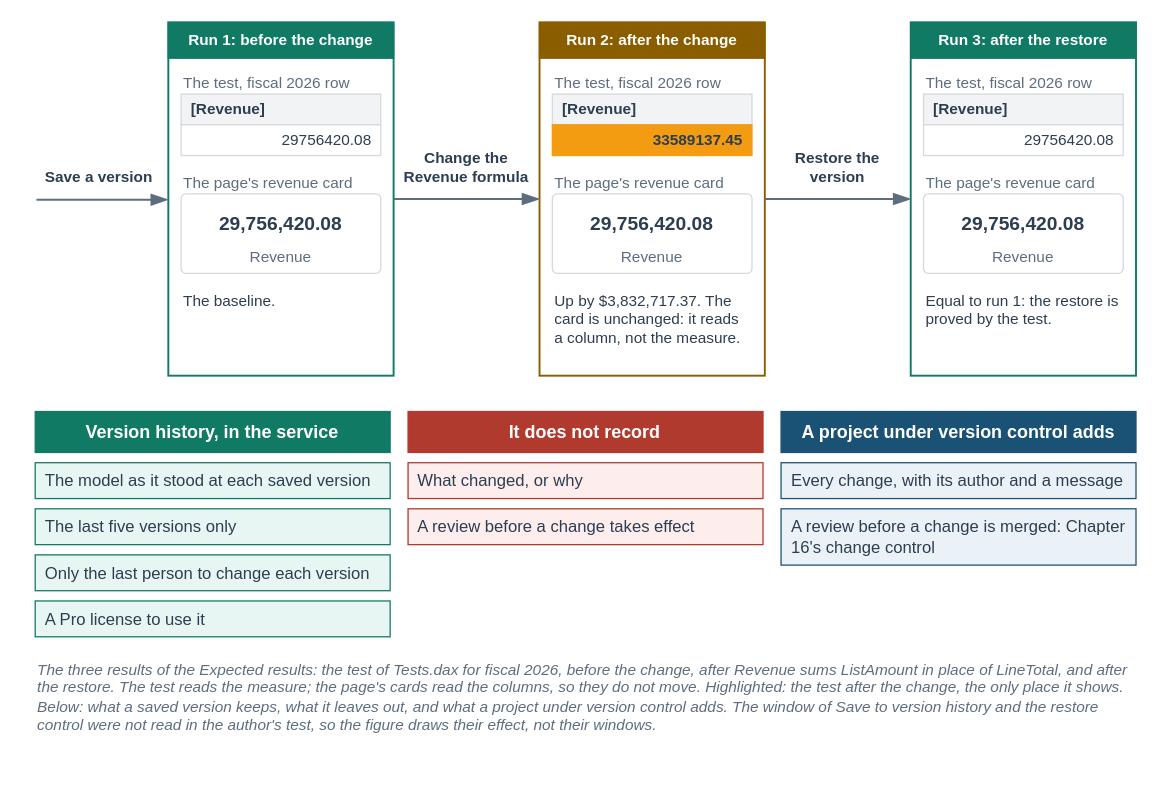
Before: facts/instructor/figures/appendix-c-power-bi-browser/IF-AC-3-A.drawio in mmcodesso/Accounting_Analytics_Book, a draw.io diagram. Source tidied: cells renumbered, new cells numbered last; positions are measured from the earlier drawing's top-left corner, leaving out a move shared by most shapes. Both pictures are drawn from the tidied source at 128%, with x=0, y=0 at pixel (35, 22).
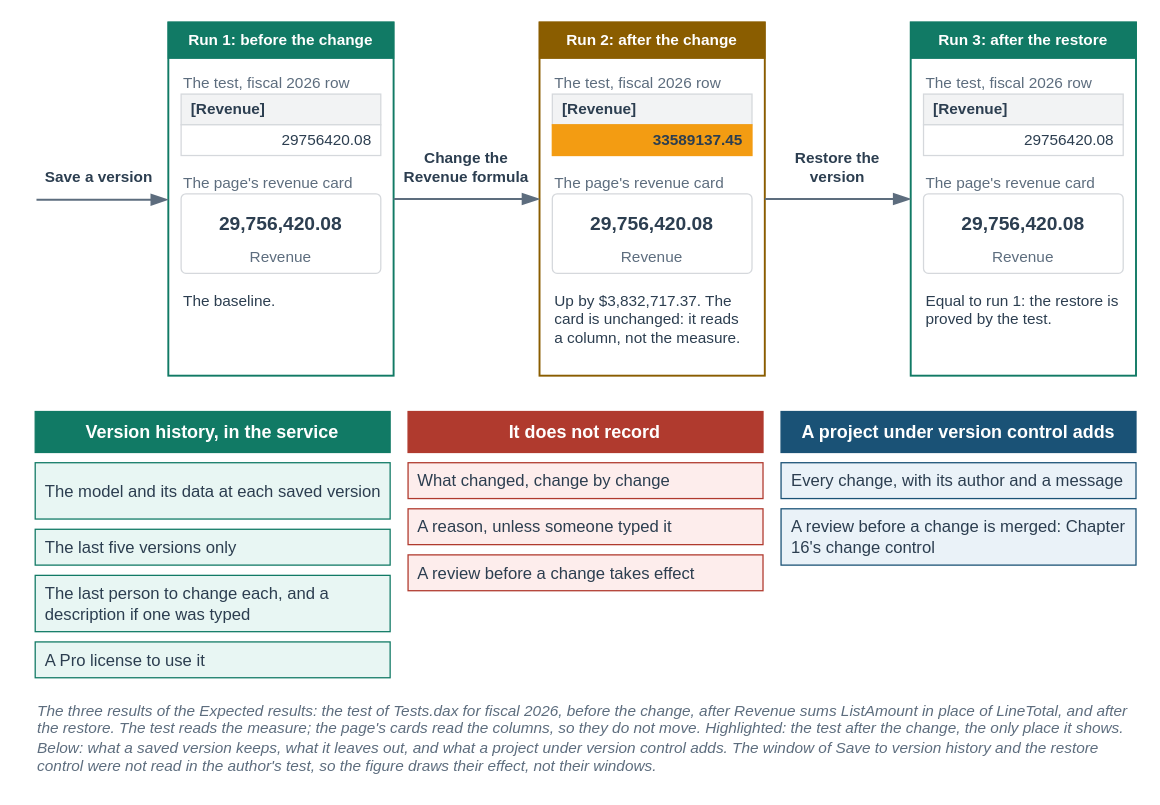
The same page after the edit.

Change to the diagram source:
```diff
@@
     <mxCell id="2" style="rounded=0;html=1;fillColor=none;strokeColor=none;" parent="1" vertex="1">
-      <mxGeometry width="860" height="562" as="geometry" />
+      <mxGeometry width="860" height="594" as="geometry" />
     </mxCell>
@@
-    <mxCell id="42" value="The model as it stood at each saved version" style="rounded=0;arcSize=6;whiteSpace=wrap;html=1;fillColor=#E8F6F3;strokeColor=#117A65;strokeWidth=1;fontColor=#2C3E50;fontSize=13;fontStyle=0;align=left;verticalAlign=middle;fontFamily=Helvetica;spacingLeft=6;spacingRight=6;" parent="1" vertex="1">
-      <mxGeometry y="344" width="277.3" height="28" as="geometry" />
+    <mxCell id="42" value="The model and its data at each saved version" style="rounded=0;arcSize=6;whiteSpace=wrap;html=1;fillColor=#E8F6F3;strokeColor=#117A65;strokeWidth=1;fontColor=#2C3E50;fontSize=13;fontStyle=0;align=left;verticalAlign=middle;fontFamily=Helvetica;spacingLeft=6;spacingRight=6;" parent="1" vertex="1">
+      <mxGeometry y="344" width="277.3" height="44" as="geometry" />
     </mxCell>
     <mxCell id="43" value="The last five versions only" style="rounded=0;arcSize=6;whiteSpace=wrap;html=1;fillColor=#E8F6F3;strokeColor=#117A65;strokeWidth=1;fontColor=#2C3E50;fontSize=13;fontStyle=0;align=left;verticalAlign=middle;fontFamily=Helvetica;spacingLeft=6;spacingRight=6;" parent="1" vertex="1">
-      <mxGeometry y="380" width="277.3" height="28" as="geometry" />
+      <mxGeometry y="396" width="277.3" height="28" as="geometry" />
     </mxCell>
-    <mxCell id="44" value="Only the last person to change each version" style="rounded=0;arcSize=6;whiteSpace=wrap;html=1;fillColor=#E8F6F3;strokeColor=#117A65;strokeWidth=1;fontColor=#2C3E50;fontSize=13;fontStyle=0;align=left;verticalAlign=middle;fontFamily=Helvetica;spacingLeft=6;spacingRight=6;" parent="1" vertex="1">
-      <mxGeometry y="416" width="277.3" height="28" as="geometry" />
+    <mxCell id="44" value="The last person to change each, and a description if one was typed" style="rounded=0;arcSize=6;whiteSpace=wrap;html=1;fillColor=#E8F6F3;strokeColor=#117A65;strokeWidth=1;fontColor=#2C3E50;fontSize=13;fontStyle=0;align=left;verticalAlign=middle;fontFamily=Helvetica;spacingLeft=6;spacingRight=6;" parent="1" vertex="1">
+      <mxGeometry y="432" width="277.3" height="44" as="geometry" />
     </mxCell>
     <mxCell id="45" value="A Pro license to use it" style="rounded=0;arcSize=6;whiteSpace=wrap;html=1;fillColor=#E8F6F3;strokeColor=#117A65;strokeWidth=1;fontColor=#2C3E50;fontSize=13;fontStyle=0;align=left;verticalAlign=middle;fontFamily=Helvetica;spacingLeft=6;spacingRight=6;" parent="1" vertex="1">
-      <mxGeometry y="452" width="277.3" height="28" as="geometry" />
+      <mxGeometry y="484" width="277.3" height="28" as="geometry" />
     </mxCell>
@@
-    <mxCell id="47" value="What changed, or why" style="rounded=0;arcSize=6;whiteSpace=wrap;html=1;fillColor=#FDEDEC;strokeColor=#B03A2E;strokeWidth=1;fontColor=#2C3E50;fontSize=13;fontStyle=0;align=left;verticalAlign=middle;fontFamily=Helvetica;spacingLeft=6;spacingRight=6;" parent="1" vertex="1">
+    <mxCell id="47" value="What changed, change by change" style="rounded=0;arcSize=6;whiteSpace=wrap;html=1;fillColor=#FDEDEC;strokeColor=#B03A2E;strokeWidth=1;fontColor=#2C3E50;fontSize=13;fontStyle=0;align=left;verticalAlign=middle;fontFamily=Helvetica;spacingLeft=6;spacingRight=6;" parent="1" vertex="1">
       <mxGeometry x="291.3" y="344" width="277.3" height="28" as="geometry" />
     </mxCell>
-    <mxCell id="48" value="A review before a change takes effect" style="rounded=0;arcSize=6;whiteSpace=wrap;html=1;fillColor=#FDEDEC;strokeColor=#B03A2E;strokeWidth=1;fontColor=#2C3E50;fontSize=13;fontStyle=0;align=left;verticalAlign=middle;fontFamily=Helvetica;spacingLeft=6;spacingRight=6;" parent="1" vertex="1">
+    <mxCell id="48" value="A reason, unless someone typed it" style="rounded=0;arcSize=6;whiteSpace=wrap;html=1;fillColor=#FDEDEC;strokeColor=#B03A2E;strokeWidth=1;fontColor=#2C3E50;fontSize=13;fontStyle=0;align=left;verticalAlign=middle;fontFamily=Helvetica;spacingLeft=6;spacingRight=6;" parent="1" vertex="1">
       <mxGeometry x="291.3" y="380" width="277.3" height="28" as="geometry" />
     </mxCell>
-    <mxCell id="49" value="&lt;b&gt;A project under version control adds&lt;/b&gt;" style="rounded=0;arcSize=6;whiteSpace=wrap;html=1;fillColor=#1A5276;strokeColor=#1A5276;strokeWidth=1;fontColor=#FFFFFF;fontSize=14;fontStyle=0;align=center;verticalAlign=middle;fontFamily=Helvetica;spacingLeft=6;spacingRight=6;" parent="1" vertex="1">
-      <mxGeometry x="582.7" y="304" width="277.3" height="32" as="geometry" />
+    <mxCell id="49" value="A review before a change takes effect" style="rounded=0;arcSize=6;whiteSpace=wrap;html=1;fillColor=#FDEDEC;strokeColor=#B03A2E;strokeWidth=1;fontColor=#2C3E50;fontSize=13;fontStyle=0;align=left;verticalAlign=middle;fontFamily=Helvetica;spacingLeft=6;spacingRight=6;" parent="1" vertex="1">
+      <mxGeometry x="291.3" y="416" width="277.3" height="28" as="geometry" />
     </mxCell>
-    <mxCell id="50" value="Every change, with its author and a message" style="rounded=0;arcSize=6;whiteSpace=wrap;html=1;fillColor=#EAF2F8;strokeColor=#1A5276;strokeWidth=1;fontColor=#2C3E50;fontSize=13;fontStyle=0;align=left;verticalAlign=middle;fontFamily=Helvetica;spacingLeft=6;spacingRight=6;" parent="1" vertex="1">
-      <mxGeometry x="582.7" y="344" width="277.3" height="28" as="geometry" />
+    <mxCell id="50" value="&lt;b&gt;A project under version control adds&lt;/b&gt;" style="rounded=0;arcSize=6;whiteSpace=wrap;html=1;fillColor=#1A5276;strokeColor=#1A5276;strokeWidth=1;fontColor=#FFFFFF;fontSize=14;fontStyle=0;align=center;verticalAlign=middle;fontFamily=Helvetica;spacingLeft=6;spacingRight=6;" parent="1" vertex="1">
+      <mxGeometry x="582.7" y="304" width="277.3" height="32" as="geometry" />
     </mxCell>
-    <mxCell id="51" value="A review before a change is merged: Chapter 16's change control" style="rounded=0;arcSize=6;whiteSpace=wrap;html=1;fillColor=#EAF2F8;strokeColor=#1A5276;strokeWidth=1;fontColor=#2C3E50;fontSize=13;fontStyle=0;align=left;verticalAlign=middle;fontFamily=Helvetica;spacingLeft=6;spacingRight=6;" parent="1" vertex="1">
-      <mxGeometry x="582.7" y="380" width="277.3" height="44" as="geometry" />
+    <mxCell id="51" value="Every change, with its author and a message" style="rounded=0;arcSize=6;whiteSpace=wrap;html=1;fillColor=#EAF2F8;strokeColor=#1A5276;strokeWidth=1;fontColor=#2C3E50;fontSize=13;fontStyle=0;align=left;verticalAlign=middle;fontFamily=Helvetica;spacingLeft=6;spacingRight=6;" parent="1" vertex="1">
+      <mxGeometry x="582.7" y="344" width="277.3" height="28" as="geometry" />
     </mxCell>
-    <mxCell id="52" value="&lt;i&gt;The three results of the Expected results: the test of Tests.dax for fiscal 2026, before the change, after Revenue sums ListAmount in place of LineTotal, and after the restore. The test reads the measure; the page's cards read the columns, so they do not move. Highlighted: the test after the change, the only place it shows. Below: what a saved version keeps, what it leaves out, and what a project under version control adds. The window of Save to version history and the restore control were not read in the author's test, so the figure draws their effect, not their windows.&lt;/i&gt;" style="text;html=1;whiteSpace=wrap;align=left;verticalAlign=top;fontSize=12;fontColor=#5D6D7E;fontStyle=0;fontFamily=Helvetica;spacing=2;fillColor=none;strokeColor=none;" parent="1" vertex="1">
-      <mxGeometry y="492" width="860" height="68" as="geometry" />
+    <mxCell id="52" value="A review before a change is merged: Chapter 16's change control" style="rounded=0;arcSize=6;whiteSpace=wrap;html=1;fillColor=#EAF2F8;strokeColor=#1A5276;strokeWidth=1;fontColor=#2C3E50;fontSize=13;fontStyle=0;align=left;verticalAlign=middle;fontFamily=Helvetica;spacingLeft=6;spacingRight=6;" parent="1" vertex="1">
+      <mxGeometry x="582.7" y="380" width="277.3" height="44" as="geometry" />
     </mxCell>
+    <mxCell id="53" value="&lt;i&gt;The three results of the Expected results: the test of Tests.dax for fiscal 2026, before the change, after Revenue sums ListAmount in place of LineTotal, and after the restore. The test reads the measure; the page's cards read the columns, so they do not move. Highlighted: the test after the change, the only place it shows. Below: what a saved version keeps, what it leaves out, and what a project under version control adds. The window of Save to version history and the restore control were not read in the author's test, so the figure draws their effect, not their windows.&lt;/i&gt;" style="text;html=1;whiteSpace=wrap;align=left;verticalAlign=top;fontSize=12;fontColor=#5D6D7E;fontStyle=0;fontFamily=Helvetica;spacing=2;fillColor=none;strokeColor=none;" parent="1" vertex="1">
+      <mxGeometry y="524" width="860" height="68" as="geometry" />
+    </mxCell>
```
